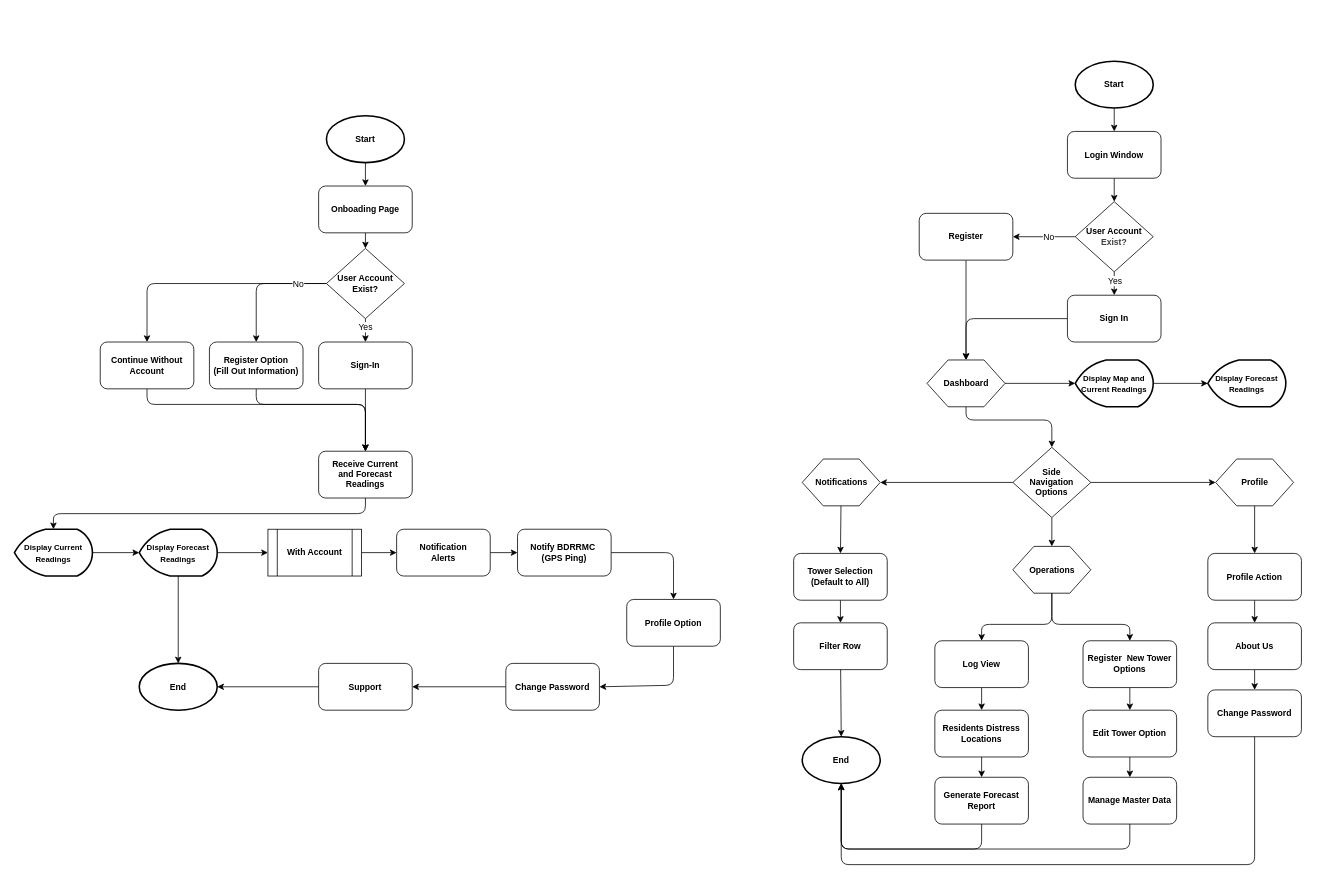
The draw.io diagram adminNuser_systemprocess.drawio in netteyr14/floodwatch-drawio-stuff, before the edit. Source tidied: cells renumbered, new cells numbered last; positions are measured from the earlier drawing's top-left corner, leaving out a move shared by most shapes. Both pictures are drawn from the tidied source at 78%, with x=0, y=0 at pixel (14, 61).
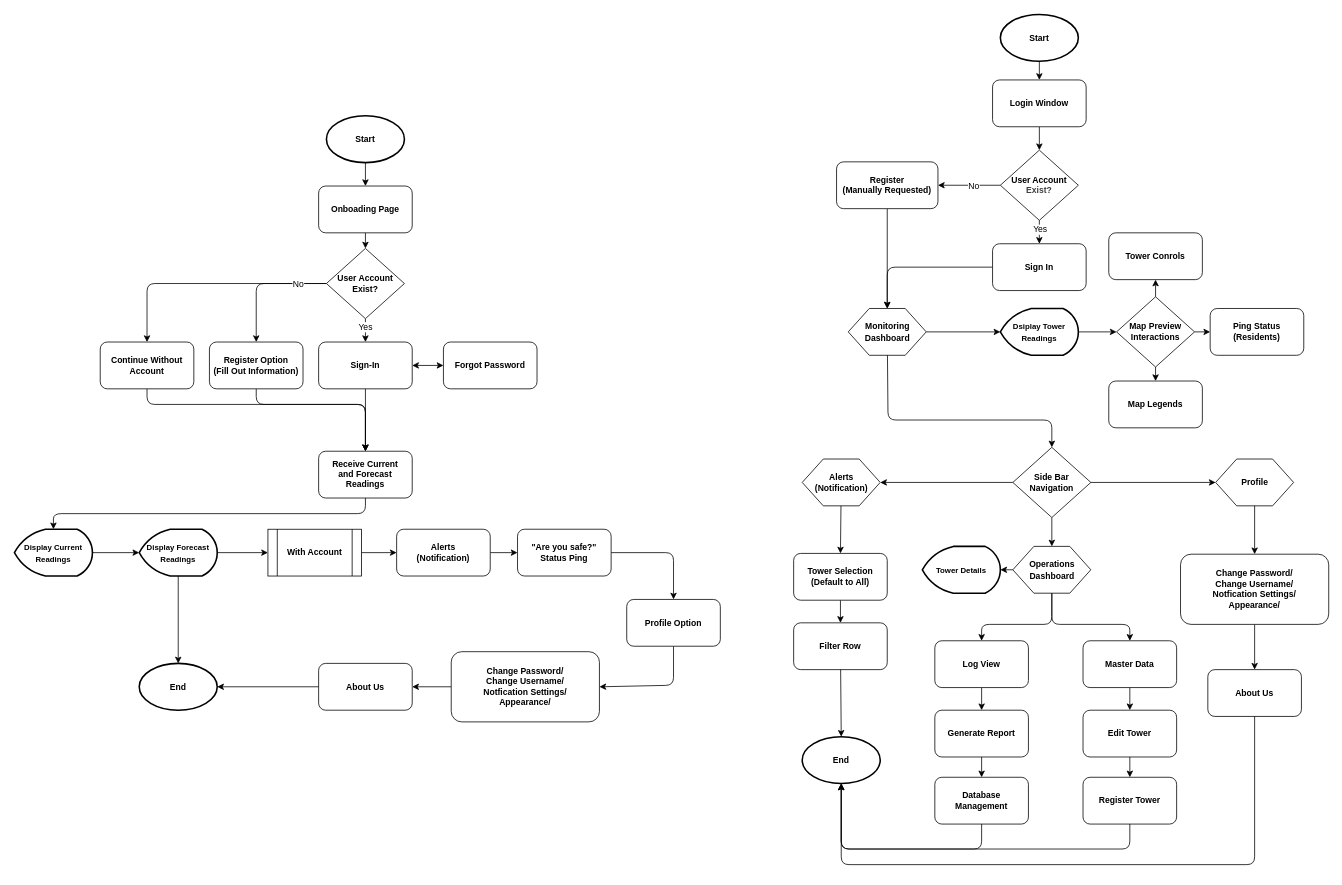
The same page after the edit.

Commit message:
[WINDOWS][UPDATE] Admin and Residents flowcharts

The change refers to these unchanged cells:
```xml
<mxCell id="13" value="Sign-In" style="rounded=1;whiteSpace=wrap;html=1;fontStyle=1;fontSize=11;" parent="1" vertex="1">
  <mxGeometry x="390" y="360" width="120" height="60" as="geometry" />
</mxCell>
<mxCell id="62" value="End" style="strokeWidth=2;html=1;shape=mxgraph.flowchart.start_1;whiteSpace=wrap;fontStyle=1;fontSize=11;" parent="1" vertex="1">
  <mxGeometry x="1010" y="866" width="100" height="60" as="geometry" />
</mxCell>
<mxCell id="72" style="verticalLabelPosition=bottom;verticalAlign=top;html=1;shape=hexagon;perimeter=hexagonPerimeter2;arcSize=6;size=0.27;" parent="71" vertex="1">
  <mxGeometry width="100" height="60" as="geometry" />
</mxCell>
<mxCell id="77" style="group;" parent="1" vertex="1">
  <mxGeometry x="1280" y="622" width="100" height="60" as="geometry" />
</mxCell>
<mxCell id="78" style="verticalLabelPosition=bottom;verticalAlign=top;html=1;shape=hexagon;perimeter=hexagonPerimeter2;arcSize=6;size=0.27;" parent="77" vertex="1">
  <mxGeometry width="100" height="60" as="geometry" />
</mxCell>
<mxCell id="83" style="verticalLabelPosition=bottom;verticalAlign=top;html=1;shape=hexagon;perimeter=hexagonPerimeter2;arcSize=6;size=0.27;" parent="82" vertex="1">
  <mxGeometry width="100" height="60" as="geometry" />
</mxCell>
```

The edit, as a diff of the source:
```diff
@@
+    <mxCell id="99" style="edgeStyle=none;html=1;entryX=0;entryY=0.5;entryDx=0;entryDy=0;startArrow=classic;startFill=1;" parent="1" edge="1" source="13" target="107">
+      <mxGeometry relative="1" as="geometry" />
+    </mxCell>
@@
-    <mxCell id="25" value="Notify BDRRMC&amp;nbsp;&lt;div&gt;(GPS Ping)&lt;/div&gt;" style="rounded=1;whiteSpace=wrap;html=1;fontStyle=1;fontSize=11;" parent="1" vertex="1">
+    <mxCell id="25" value="&quot;Are you safe?&quot;&lt;div&gt;Status Ping&lt;/div&gt;" style="rounded=1;whiteSpace=wrap;html=1;fontStyle=1;fontSize=11;" parent="1" vertex="1">
       <mxGeometry x="645" y="600" width="120" height="60" as="geometry" />
     </mxCell>
@@
-    <mxCell id="29" value="Change Password" style="whiteSpace=wrap;html=1;rounded=1;fontStyle=1;fontSize=11;" parent="1" vertex="1">
-      <mxGeometry x="630" y="772" width="120" height="60" as="geometry" />
+    <mxCell id="29" value="Change Password/&lt;div&gt;Change Username/&lt;/div&gt;&lt;div&gt;Notfication Settings/&lt;/div&gt;&lt;div&gt;Appearance/&lt;/div&gt;" style="whiteSpace=wrap;html=1;rounded=1;fontStyle=1;fontSize=11;" parent="1" vertex="1">
+      <mxGeometry x="560" y="757" width="190" height="90" as="geometry" />
     </mxCell>
-    <mxCell id="30" value="Support" style="whiteSpace=wrap;html=1;rounded=1;fontStyle=1;fontSize=11;" parent="1" vertex="1">
+    <mxCell id="30" value="About Us" style="whiteSpace=wrap;html=1;rounded=1;fontStyle=1;fontSize=11;" parent="1" vertex="1">
       <mxGeometry x="390" y="772" width="120" height="60" as="geometry" />
     </mxCell>
@@
     <mxCell id="32" value="Start" style="strokeWidth=2;html=1;shape=mxgraph.flowchart.start_1;whiteSpace=wrap;fontStyle=1;fontSize=11;" parent="1" vertex="1">
-      <mxGeometry x="1360" width="100" height="60" as="geometry" />
+      <mxGeometry x="1264" y="-60" width="100" height="60" as="geometry" />
     </mxCell>
@@
     <mxCell id="34" value="Login Window" style="rounded=1;whiteSpace=wrap;html=1;fontStyle=1;fontSize=11;" parent="1" vertex="1">
-      <mxGeometry x="1350" y="90" width="120" height="60" as="geometry" />
+      <mxGeometry x="1254" y="24" width="120" height="60" as="geometry" />
     </mxCell>
@@
     <mxCell id="39" value="&lt;span style=&quot;color: rgb(0, 0, 0);&quot;&gt;User Account&lt;/span&gt;&lt;div style=&quot;color: rgb(63, 63, 63); scrollbar-color: rgb(226, 226, 226) rgb(251, 251, 251);&quot;&gt;Exist?&lt;/div&gt;" style="rhombus;whiteSpace=wrap;html=1;fontStyle=1;fontSize=11;" parent="1" vertex="1">
-      <mxGeometry x="1360" y="180" width="100" height="90" as="geometry" />
+      <mxGeometry x="1264" y="114" width="100" height="90" as="geometry" />
     </mxCell>
@@
-    <mxCell id="41" value="Register" style="rounded=1;whiteSpace=wrap;html=1;fontStyle=1;fontSize=11;" parent="1" vertex="1">
-      <mxGeometry x="1160" y="195" width="120" height="60" as="geometry" />
+    <mxCell id="41" value="Register&lt;div&gt;(Manually Requested)&lt;/div&gt;" style="rounded=1;whiteSpace=wrap;html=1;fontStyle=1;fontSize=11;" parent="1" vertex="1">
+      <mxGeometry x="1054" y="129" width="130" height="60" as="geometry" />
     </mxCell>
     <mxCell id="42" style="edgeStyle=none;html=1;entryX=0.5;entryY=0;entryDx=0;entryDy=0;" parent="1" edge="1" source="43" target="72">
-      <mxGeometry relative="1" as="geometry">
+      <mxGeometry x="-0.02" relative="1" as="geometry">
         <Array as="points">
-          <mxPoint x="1220" y="330" />
+          <mxPoint x="1119" y="264" />
         </Array>
       </mxGeometry>
     </mxCell>
     <mxCell id="43" value="Sign In" style="rounded=1;whiteSpace=wrap;html=1;fontStyle=1;fontSize=11;" parent="1" vertex="1">
-      <mxGeometry x="1350" y="300" width="120" height="60" as="geometry" />
+      <mxGeometry x="1254" y="234" width="120" height="60" as="geometry" />
     </mxCell>
@@
-    <mxCell id="47" value="Side&lt;div&gt;Navigation&lt;/div&gt;&lt;div&gt;Options&lt;/div&gt;" style="rhombus;whiteSpace=wrap;html=1;fontStyle=1;fontSize=11;" parent="1" vertex="1">
+    <mxCell id="47" value="Side Bar&lt;div&gt;Navigation&lt;/div&gt;" style="rhombus;whiteSpace=wrap;html=1;fontStyle=1;fontSize=11;" parent="1" vertex="1">
       <mxGeometry x="1280" y="495" width="100" height="90" as="geometry" />
     </mxCell>
@@
-    <mxCell id="50" style="edgeStyle=none;html=1;exitX=0.5;exitY=1;exitDx=0;exitDy=0;entryX=0.5;entryY=0;entryDx=0;entryDy=0;fontSize=11;" parent="1" edge="1" source="51" target="60">
-      <mxGeometry relative="1" as="geometry" />
-    </mxCell>
-    <mxCell id="51" value="Profile Action" style="rounded=1;whiteSpace=wrap;html=1;fontStyle=1;fontSize=11;" parent="1" vertex="1">
-      <mxGeometry x="1530" y="631" width="120" height="60" as="geometry" />
-    </mxCell>
@@
-    <mxCell id="53" value="Register&amp;nbsp; New Tower Options" style="rounded=1;whiteSpace=wrap;html=1;fontStyle=1;fontSize=11;" parent="1" vertex="1">
+    <mxCell id="53" value="&lt;span style=&quot;color: rgb(0, 0, 0);&quot;&gt;Master Data&lt;/span&gt;" style="rounded=1;whiteSpace=wrap;html=1;fontStyle=1;fontSize=11;" parent="1" vertex="1">
       <mxGeometry x="1370" y="743" width="120" height="60" as="geometry" />
     </mxCell>
@@
-    <mxCell id="55" value="Edit Tower Option" style="rounded=1;whiteSpace=wrap;html=1;fontStyle=1;fontSize=11;" parent="1" vertex="1">
+    <mxCell id="55" value="Edit Tower" style="rounded=1;whiteSpace=wrap;html=1;fontStyle=1;fontSize=11;" parent="1" vertex="1">
       <mxGeometry x="1370" y="832" width="120" height="60" as="geometry" />
     </mxCell>
@@
-    <mxCell id="57" value="Residents Distress&lt;div&gt;Locations&lt;/div&gt;" style="rounded=1;whiteSpace=wrap;html=1;fontStyle=1;fontSize=11;" parent="1" vertex="1">
+    <mxCell id="57" value="Generate Report" style="rounded=1;whiteSpace=wrap;html=1;fontStyle=1;fontSize=11;" parent="1" vertex="1">
       <mxGeometry x="1180" y="832" width="120" height="60" as="geometry" />
     </mxCell>
-    <mxCell id="58" value="Generate Forecast Report" style="rounded=1;whiteSpace=wrap;html=1;fontStyle=1;fontSize=11;" parent="1" vertex="1">
+    <mxCell id="58" value="Database Management" style="rounded=1;whiteSpace=wrap;html=1;fontStyle=1;fontSize=11;" parent="1" vertex="1">
       <mxGeometry x="1180" y="918" width="120" height="60" as="geometry" />
     </mxCell>
-    <mxCell id="59" style="edgeStyle=none;html=1;exitX=0.5;exitY=1;exitDx=0;exitDy=0;entryX=0.5;entryY=0;entryDx=0;entryDy=0;fontSize=11;" parent="1" edge="1" source="60" target="61">
-      <mxGeometry relative="1" as="geometry" />
-    </mxCell>
     <mxCell id="60" value="About Us" style="rounded=1;whiteSpace=wrap;html=1;fontStyle=1;fontSize=11;" parent="1" vertex="1">
-      <mxGeometry x="1530" y="720" width="120" height="60" as="geometry" />
+      <mxGeometry x="1530" y="780" width="120" height="60" as="geometry" />
     </mxCell>
-    <mxCell id="61" value="Change Password" style="rounded=1;whiteSpace=wrap;html=1;fontStyle=1;fontSize=11;" parent="1" vertex="1">
-      <mxGeometry x="1530" y="806" width="120" height="60" as="geometry" />
-    </mxCell>
@@
-    <mxCell id="64" value="Notification&lt;div&gt;Alerts&lt;/div&gt;" style="rounded=1;whiteSpace=wrap;html=1;fontStyle=1;fontSize=11;" parent="1" vertex="1">
+    <mxCell id="64" value="Alerts&lt;div&gt;(Notification)&lt;/div&gt;" style="rounded=1;whiteSpace=wrap;html=1;fontStyle=1;fontSize=11;" parent="1" vertex="1">
       <mxGeometry x="490" y="600" width="120" height="60" as="geometry" />
     </mxCell>
@@
-    <mxCell id="69" value="&lt;span style=&quot;color: rgb(0, 0, 0); font-weight: 700;&quot;&gt;&lt;font style=&quot;font-size: 10px;&quot;&gt;Display Map and Current Readings&lt;/font&gt;&lt;/span&gt;" style="strokeWidth=2;html=1;shape=mxgraph.flowchart.display;whiteSpace=wrap;" parent="1" vertex="1">
-      <mxGeometry x="1360" y="383" width="100" height="60" as="geometry" />
+    <mxCell id="69" value="&lt;span style=&quot;color: rgb(0, 0, 0); font-weight: 700;&quot;&gt;&lt;font style=&quot;font-size: 10px;&quot;&gt;Dsiplay Tower Readings&lt;/font&gt;&lt;/span&gt;" style="strokeWidth=2;html=1;shape=mxgraph.flowchart.display;whiteSpace=wrap;" parent="1" vertex="1">
+      <mxGeometry x="1264" y="317" width="100" height="60" as="geometry" />
     </mxCell>
-    <mxCell id="70" value="&lt;span style=&quot;color: rgb(0, 0, 0); font-weight: 700;&quot;&gt;&lt;font style=&quot;font-size: 10px;&quot;&gt;Display Forecast Readings&lt;/font&gt;&lt;/span&gt;" style="strokeWidth=2;html=1;shape=mxgraph.flowchart.display;whiteSpace=wrap;" parent="1" vertex="1">
-      <mxGeometry x="1530" y="383" width="100" height="60" as="geometry" />
-    </mxCell>
     <mxCell id="71" style="group;" parent="1" vertex="1">
-      <mxGeometry x="1170" y="383" width="100" height="60" as="geometry" />
+      <mxGeometry x="1069" y="317" width="100" height="60" as="geometry" />
     </mxCell>
@@
-    <mxCell id="73" value="&lt;b&gt;&lt;font style=&quot;font-size: 11px;&quot;&gt;Dashboard&lt;/font&gt;&lt;/b&gt;" style="text;html=1;align=center;verticalAlign=middle;strokeColor=none;fillColor=none;" parent="71" vertex="1">
-      <mxGeometry x="10" y="15" width="80" height="30" as="geometry" />
+    <mxCell id="73" value="&lt;b&gt;&lt;font style=&quot;font-size: 11px;&quot;&gt;Monitoring&lt;/font&gt;&lt;/b&gt;&lt;div&gt;&lt;b&gt;&lt;font style=&quot;font-size: 11px;&quot;&gt;Dashboard&lt;/font&gt;&lt;/b&gt;&lt;/div&gt;" style="text;html=1;align=center;verticalAlign=middle;strokeColor=none;fillColor=none;" parent="71" vertex="1">
+      <mxGeometry x="10" y="10" width="80" height="40" as="geometry" />
     </mxCell>
@@
-    <mxCell id="75" style="edgeStyle=none;html=1;entryX=0;entryY=0.5;entryDx=0;entryDy=0;entryPerimeter=0;" parent="1" edge="1" source="69" target="70">
+    <mxCell id="75" style="edgeStyle=none;html=1;entryX=0;entryY=0.5;entryDx=0;entryDy=0;" parent="1" edge="1" source="69" target="103">
       <mxGeometry relative="1" as="geometry" />
     </mxCell>
     <mxCell id="76" style="edgeStyle=none;html=1;entryX=0.5;entryY=0;entryDx=0;entryDy=0;" parent="1" edge="1" source="72" target="47">
-      <mxGeometry relative="1" as="geometry">
+      <mxGeometry x="0.22" relative="1" as="geometry">
         <Array as="points">
-          <mxPoint x="1220" y="460" />
+          <mxPoint x="1120" y="460" />
           <mxPoint x="1330" y="460" />
         </Array>
       </mxGeometry>
     </mxCell>
@@
-    <mxCell id="79" value="&lt;span style=&quot;font-size: 11px;&quot;&gt;&lt;b&gt;Operations&lt;/b&gt;&lt;/span&gt;" style="text;html=1;align=center;verticalAlign=middle;strokeColor=none;fillColor=none;" parent="77" vertex="1">
-      <mxGeometry x="10" y="15" width="80" height="30" as="geometry" />
+    <mxCell id="79" value="&lt;span style=&quot;font-size: 11px;&quot;&gt;&lt;b&gt;Operations&lt;/b&gt;&lt;/span&gt;&lt;div&gt;&lt;span style=&quot;font-size: 11px;&quot;&gt;&lt;b&gt;Dashboard&lt;/b&gt;&lt;/span&gt;&lt;/div&gt;" style="text;html=1;align=center;verticalAlign=middle;strokeColor=none;fillColor=none;" parent="77" vertex="1">
+      <mxGeometry x="10" y="10" width="80" height="40" as="geometry" />
     </mxCell>
@@
-    <mxCell id="85" style="edgeStyle=none;html=1;entryX=0.5;entryY=0;entryDx=0;entryDy=0;" parent="1" edge="1" source="83" target="51">
+    <mxCell id="85" style="edgeStyle=none;html=1;entryX=0.5;entryY=0;entryDx=0;entryDy=0;" parent="1" edge="1" source="83" target="109">
       <mxGeometry relative="1" as="geometry" />
     </mxCell>
-    <mxCell id="86" value="Manage Master Data" style="rounded=1;whiteSpace=wrap;html=1;fontStyle=1;fontSize=11;" parent="1" vertex="1">
+    <mxCell id="86" value="Register Tower" style="rounded=1;whiteSpace=wrap;html=1;fontStyle=1;fontSize=11;" parent="1" vertex="1">
       <mxGeometry x="1370" y="918" width="120" height="60" as="geometry" />
     </mxCell>
     <mxCell id="87" style="group;" parent="1" vertex="1">
-      <mxGeometry x="1010" y="510" width="100" height="60" as="geometry" />
+      <mxGeometry x="1010" y="510" width="115" height="60" as="geometry" />
     </mxCell>
@@
-    <mxCell id="89" value="&lt;span style=&quot;font-size: 11px;&quot;&gt;&lt;b&gt;Notifications&lt;/b&gt;&lt;/span&gt;" style="text;html=1;align=center;verticalAlign=middle;strokeColor=none;fillColor=none;" parent="87" vertex="1">
-      <mxGeometry x="5" y="15" width="90" height="30" as="geometry" />
+    <mxCell id="89" value="&lt;span style=&quot;font-size: 11px;&quot;&gt;&lt;b&gt;Alerts&lt;/b&gt;&lt;/span&gt;&lt;div&gt;&lt;span style=&quot;font-size: 11px;&quot;&gt;&lt;b&gt;(Notification)&lt;/b&gt;&lt;/span&gt;&lt;/div&gt;" style="text;html=1;align=center;verticalAlign=middle;strokeColor=none;fillColor=none;" parent="87" vertex="1">
+      <mxGeometry x="5" y="10" width="90" height="40" as="geometry" />
     </mxCell>
@@
-    <mxCell id="97" style="edgeStyle=none;html=1;entryX=0.5;entryY=1;entryDx=0;entryDy=0;entryPerimeter=0;" parent="1" edge="1" source="61" target="62">
-      <mxGeometry relative="1" as="geometry">
+    <mxCell id="97" style="edgeStyle=none;html=1;entryX=0.5;entryY=1;entryDx=0;entryDy=0;entryPerimeter=0;exitX=0.5;exitY=1;exitDx=0;exitDy=0;" parent="1" edge="1" source="60" target="62">
+      <mxGeometry x="0.03" relative="1" as="geometry">
         <Array as="points">
           <mxPoint x="1590" y="1030" />
           <mxPoint x="1060" y="1030" />
         </Array>
       </mxGeometry>
     </mxCell>
@@
+    <mxCell id="100" style="edgeStyle=none;html=1;entryX=0.5;entryY=0;entryDx=0;entryDy=0;" parent="1" edge="1" source="103" target="106">
+      <mxGeometry relative="1" as="geometry" />
+    </mxCell>
+    <mxCell id="101" style="edgeStyle=none;html=1;entryX=0;entryY=0.5;entryDx=0;entryDy=0;" parent="1" edge="1" source="103" target="105">
+      <mxGeometry relative="1" as="geometry" />
+    </mxCell>
+    <mxCell id="102" style="edgeStyle=none;html=1;entryX=0.5;entryY=1;entryDx=0;entryDy=0;" parent="1" edge="1" source="103" target="104">
+      <mxGeometry relative="1" as="geometry" />
+    </mxCell>
+    <mxCell id="103" value="Map Preview Interactions" style="rhombus;whiteSpace=wrap;html=1;fontStyle=1;fontSize=11;" parent="1" vertex="1">
+      <mxGeometry x="1413" y="302" width="100" height="90" as="geometry" />
+    </mxCell>
+    <mxCell id="104" value="Tower Conrols" style="rounded=1;whiteSpace=wrap;html=1;fontStyle=1;fontSize=11;" parent="1" vertex="1">
+      <mxGeometry x="1403" y="220" width="120" height="60" as="geometry" />
+    </mxCell>
+    <mxCell id="105" value="Ping Status&lt;div&gt;(Residents)&lt;/div&gt;" style="rounded=1;whiteSpace=wrap;html=1;fontStyle=1;fontSize=11;" parent="1" vertex="1">
+      <mxGeometry x="1533" y="317" width="120" height="60" as="geometry" />
+    </mxCell>
+    <mxCell id="106" value="Map Legends" style="rounded=1;whiteSpace=wrap;html=1;fontStyle=1;fontSize=11;" parent="1" vertex="1">
+      <mxGeometry x="1403" y="410" width="120" height="60" as="geometry" />
+    </mxCell>
+    <mxCell id="107" value="Forgot Password" style="rounded=1;whiteSpace=wrap;html=1;fontStyle=1;fontSize=11;" parent="1" vertex="1">
+      <mxGeometry x="550" y="360" width="120" height="60" as="geometry" />
+    </mxCell>
+    <mxCell id="108" style="edgeStyle=none;html=1;entryX=0.5;entryY=0;entryDx=0;entryDy=0;" parent="1" edge="1" source="109" target="60">
+      <mxGeometry relative="1" as="geometry" />
+    </mxCell>
+    <mxCell id="109" value="Change Password/&lt;div&gt;Change Username/&lt;/div&gt;&lt;div&gt;Notfication Settings/&lt;/div&gt;&lt;div&gt;Appearance/&lt;/div&gt;" style="whiteSpace=wrap;html=1;rounded=1;fontStyle=1;fontSize=11;" parent="1" vertex="1">
+      <mxGeometry x="1495" y="632" width="190" height="90" as="geometry" />
+    </mxCell>
+    <mxCell id="110" value="&lt;span style=&quot;font-size: 10px;&quot;&gt;&lt;b&gt;Tower Details&lt;/b&gt;&lt;/span&gt;" style="strokeWidth=2;html=1;shape=mxgraph.flowchart.display;whiteSpace=wrap;" parent="1" vertex="1">
+      <mxGeometry x="1164" y="622" width="100" height="60" as="geometry" />
+    </mxCell>
+    <mxCell id="111" style="edgeStyle=none;html=1;entryX=1;entryY=0.5;entryDx=0;entryDy=0;entryPerimeter=0;" parent="1" edge="1" source="78" target="110">
+      <mxGeometry relative="1" as="geometry" />
+    </mxCell>
```
